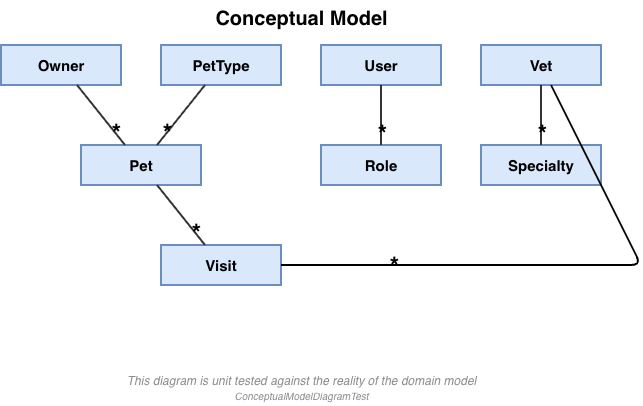
Above: petclinic-backend/docs/ConceptualModel.drawio.png in victorrentea/petclinic (draw.io), before the change. Source tidied: cells renumbered, new cells last; positions are measured from the earlier drawing's top-left corner, leaving out a move shared by most shapes.
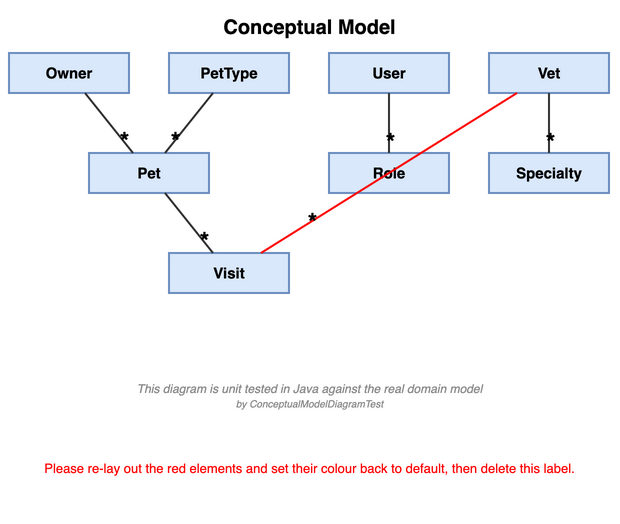
The same file after the commit.

Commit message:
Centre the re-layout note under the map, and say where the guardrail lives

The edit, as a diff of the source:
```diff
@@ -59,18 +59,17 @@
     <mxCell id="20" value="*" style="edgeLabel;html=1;align=center;verticalAlign=middle;fontSize=24;fontStyle=1;labelBackgroundColor=none;" parent="19" vertex="1">
       <mxGeometry x="0.6" relative="1" as="geometry" />
     </mxCell>
-    <mxCell id="21" style="endArrow=none;html=1;strokeWidth=2;fontSize=12;" parent="1" edge="1" source="6" target="10">
-      <mxGeometry relative="1" as="geometry">
-        <Array as="points">
-          <mxPoint x="640" y="265" />
-        </Array>
-      </mxGeometry>
+    <mxCell id="21" style="endArrow=none;html=1;strokeColor=#FF0000;strokeWidth=2;fontSize=12;" parent="1" edge="1" source="6" target="10">
+      <mxGeometry relative="1" as="geometry" />
     </mxCell>
     <mxCell id="22" value="*" style="edgeLabel;html=1;align=center;verticalAlign=middle;fontSize=24;fontStyle=1;labelBackgroundColor=none;" parent="21" vertex="1">
       <mxGeometry x="0.6" relative="1" as="geometry" />
     </mxCell>
-    <mxCell id="23" value="This diagram is unit tested against the reality of the domain model&lt;br&gt;&lt;font style=&quot;font-size: 10px&quot;&gt;ConceptualModelDiagramTest&lt;/font&gt;" style="text;html=1;fontSize=12;fontStyle=2;align=center;verticalAlign=middle;fontColor=#8C8C8C;" parent="1" vertex="1">
+    <mxCell id="23" value="This diagram is unit tested in Java against the real domain model&lt;br&gt;&lt;font style=&quot;font-size: 10px&quot;&gt;by ConceptualModelDiagramTest&lt;/font&gt;" style="text;html=1;fontSize=12;fontStyle=2;align=center;verticalAlign=middle;fontColor=#8C8C8C;" parent="1" vertex="1">
       <mxGeometry y="370" width="600" height="36" as="geometry" />
     </mxCell>
+    <mxCell id="24" value="Please re-lay out the red elements and set their colour back to default, then delete this label." style="text;html=1;align=center;fontSize=13;fontColor=#FF0000;" parent="1" vertex="1">
+      <mxGeometry y="446" width="600" height="60" as="geometry" />
+    </mxCell>
   </root>
 </mxGraphModel>
```
